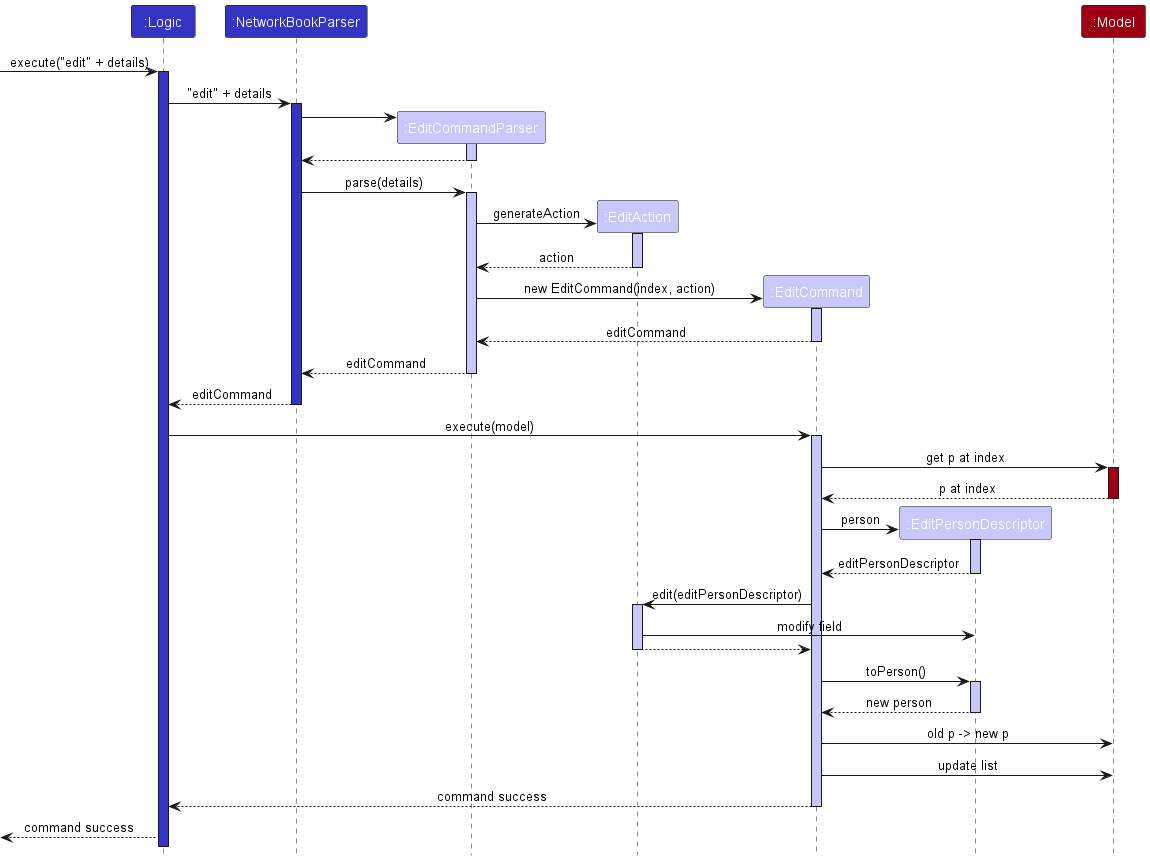
This is docs/images/edit/EditDiagram.png from nus-cs2103-AY2324S1/tp, a PlantUML export, as it was before one commit.
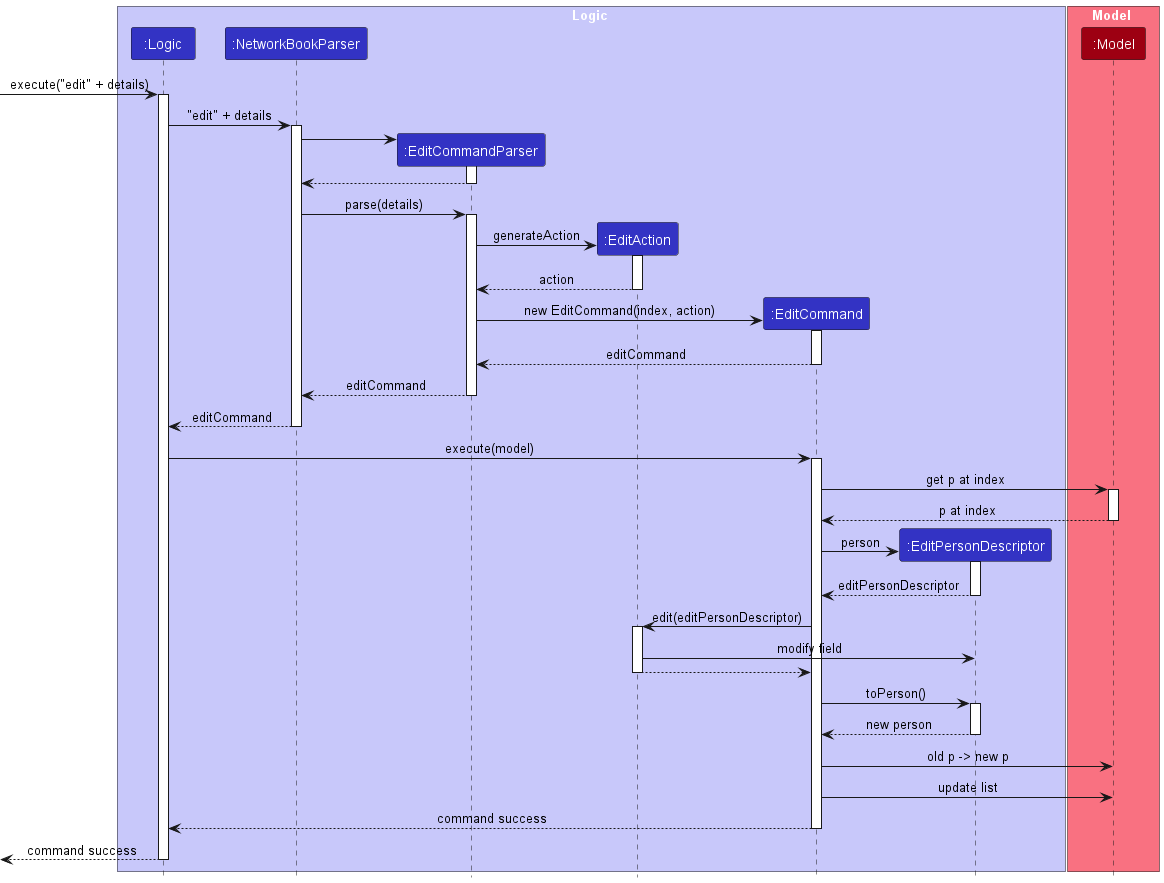
Later version of the same file.

Diff of the diagram source:
```diff
@@ -2,40 +2,45 @@
 !include style.puml
 skinparam ArrowFontStyle plain
 
+box Logic LOGIC_COLOR_T1
 Participant ":Logic" as logic LOGIC_COLOR
 Participant ":NetworkBookParser" as networkBookParser LOGIC_COLOR
-Participant ":EditCommandParser" as editCommandParser LOGIC_COLOR_T1
-Participant ":EditAction" as editAction LOGIC_COLOR_T1
-Participant ":EditCommand" as editCommand LOGIC_COLOR_T1
-Participant ":EditPersonDescriptor" as editPersonDescriptor LOGIC_COLOR_T1
+Participant ":EditCommandParser" as editCommandParser LOGIC_COLOR
+Participant ":EditAction" as editAction LOGIC_COLOR
+Participant ":EditCommand" as editCommand LOGIC_COLOR
+Participant ":EditPersonDescriptor" as editPersonDescriptor LOGIC_COLOR
+end box
+
+box Model MODEL_COLOR_T1
 Participant ":Model" as model MODEL_COLOR
+end box
 
 -> logic : execute("edit" + details)
-activate logic LOGIC_COLOR
+activate logic
 
 logic -> networkBookParser : "edit" + details
-activate networkBookParser LOGIC_COLOR
+activate networkBookParser
 
 create editCommandParser
 networkBookParser -> editCommandParser
-activate editCommandParser LOGIC_COLOR_T1
+activate editCommandParser
 
 editCommandParser --> networkBookParser
 deactivate editCommandParser
 
 networkBookParser -> editCommandParser : parse(details)
-activate editCommandParser LOGIC_COLOR_T1
+activate editCommandParser
 
 create editAction
 editCommandParser -> editAction : generateAction
-activate editAction LOGIC_COLOR_T1
+activate editAction
 
 editAction --> editCommandParser : action
 deactivate editAction
 
 create editCommand
 editCommandParser -> editCommand : new EditCommand(index, action)
-activate editCommand LOGIC_COLOR_T1
+activate editCommand
 
 editCommand --> editCommandParser : editCommand
 deactivate editCommand
@@ -47,23 +52,23 @@
 deactivate networkBookParser
 
 logic -> editCommand: execute(model)
-activate editCommand LOGIC_COLOR_T1
+activate editCommand
 
 editCommand -> model : get p at index
-activate model MODEL_COLOR
+activate model
 
 model --> editCommand : p at index
 deactivate model
 
 create editPersonDescriptor
 editCommand -> editPersonDescriptor: person
-activate editPersonDescriptor LOGIC_COLOR_T1
+activate editPersonDescriptor
 
 editPersonDescriptor --> editCommand : editPersonDescriptor
 deactivate editPersonDescriptor
 
 editCommand -> editAction : edit(editPersonDescriptor)
-activate editAction LOGIC_COLOR_T1
+activate editAction
 
 editAction -> editPersonDescriptor : modify field
 
@@ -71,7 +76,7 @@
 deactivate editAction
 
 editCommand -> editPersonDescriptor : toPerson()
-activate editPersonDescriptor LOGIC_COLOR_T1
+activate editPersonDescriptor
 
 editPersonDescriptor --> editCommand : new person
 deactivate editPersonDescriptor
@@ -83,5 +88,6 @@
 deactivate editCommand
 
 <-- logic : command success
+deactivate logic
 
 @enduml
```
